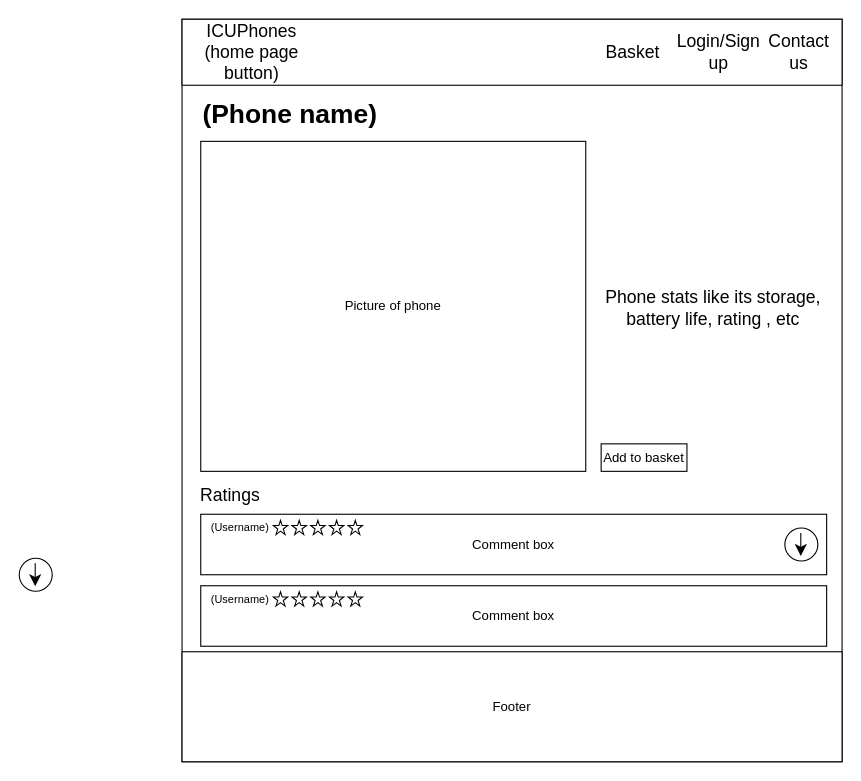
Before: page "Phone page" (5 of 8) of wireframes/Wireframe design B.drawio in Adam-Spenton/unit_13_assignment_2_Adam_Spenton, a draw.io diagram. Source tidied: cells renumbered, new cells numbered last; positions are measured from the earlier drawing's top-left corner, leaving out a move shared by most shapes. Both pictures are drawn from the tidied source at 110%, with x=0, y=0 at pixel (19, 19).
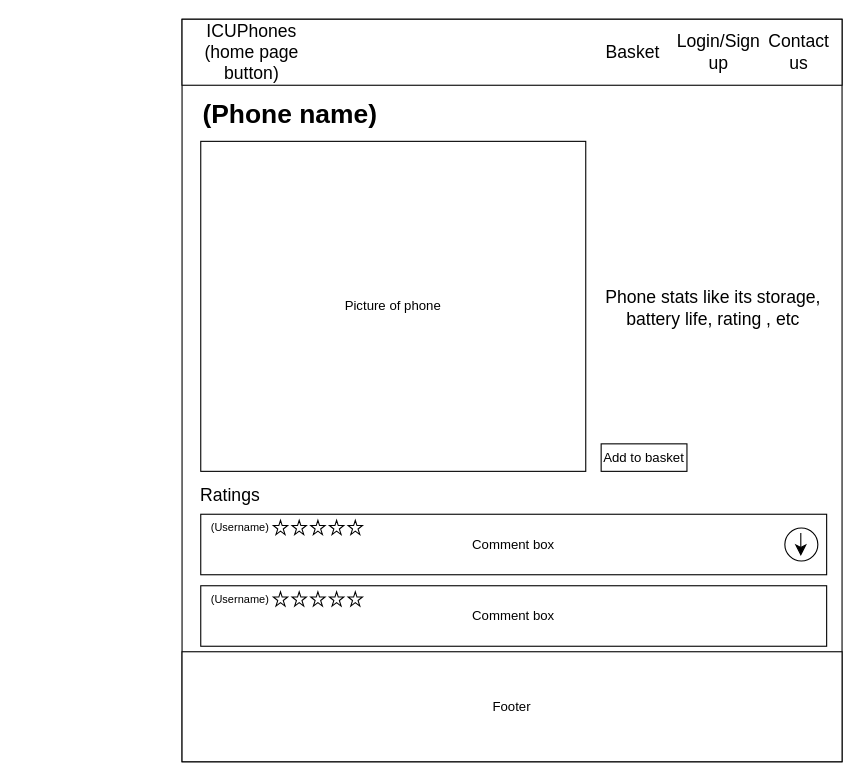
After the change.

Change to the diagram source:
```diff
@@
-    <mxCell id="27" style="ellipse;whiteSpace=wrap;html=1;" parent="1" vertex="1">
-      <mxGeometry y="490" width="30" height="30" as="geometry" />
-    </mxCell>
-    <mxCell id="28" style="endArrow=classic;html=1;rounded=0;fontSize=12;startSize=8;endSize=8;" parent="1" edge="1">
-      <mxGeometry relative="1" as="geometry">
-        <mxPoint x="14.5" y="494.5" as="sourcePoint" />
-        <mxPoint x="14.5" y="515.5" as="targetPoint" />
-      </mxGeometry>
-    </mxCell>
```
